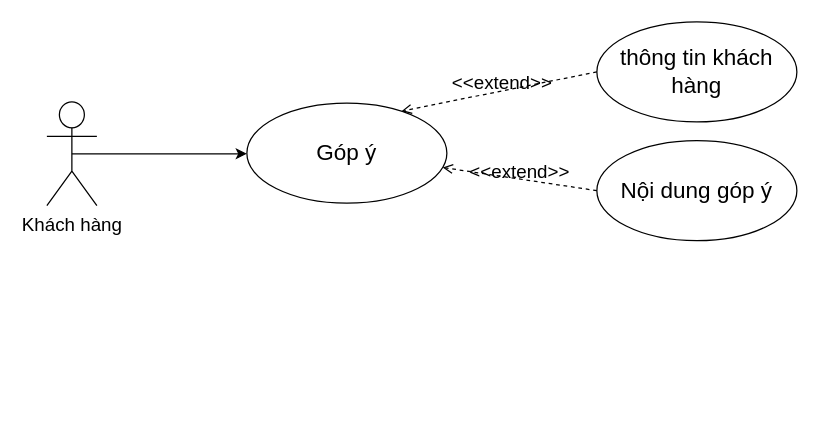
The draw.io diagram page "KH-QLGioHang" (8 of 11) of UC_TongQuat.drawio in leanhtuan9497/DoAnTotNghiep, before the edit. Source tidied: cells renumbered, new cells numbered last; positions are measured from the earlier drawing's top-left corner, leaving out a move shared by most shapes. Both pictures are drawn from the tidied source at 125%, with x=0, y=0 at pixel (46, 21).
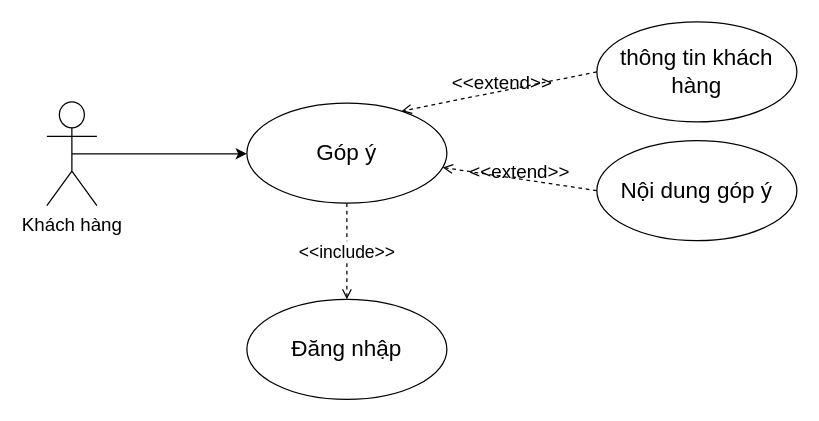
After the change.

Change to the diagram source:
```diff
@@
 <mxGraphModel>
   <root>
     <mxCell id="0" />
     <mxCell id="1" parent="0" />
     <mxCell id="2" style="edgeStyle=orthogonalEdgeStyle;rounded=0;jettySize=auto;html=1;exitX=0.5;exitY=0.5;exitDx=0;exitDy=0;exitPerimeter=0;fontFamily=Helvetica;fontSize=18;" parent="1" edge="1" source="3">
       <mxGeometry relative="1" as="geometry">
         <mxPoint x="160" y="105.5" as="targetPoint" />
       </mxGeometry>
     </mxCell>
     <mxCell id="3" value="Khách hàng" style="shape=umlActor;verticalLabelPosition=bottom;verticalAlign=top;html=1;outlineConnect=0;fontFamily=Helvetica;fontSize=15;" parent="1" vertex="1">
       <mxGeometry y="64" width="40" height="83" as="geometry" />
     </mxCell>
+    <mxCell id="9" value="&amp;lt;&amp;lt;include&amp;gt;&amp;gt;" style="edgeStyle=none;rounded=0;jettySize=auto;html=1;entryX=0.5;entryY=0;entryDx=0;entryDy=0;dashed=1;fontSize=14;endArrow=open;endFill=0;" parent="1" edge="1" source="4" target="10">
+      <mxGeometry relative="1" as="geometry" />
+    </mxCell>
     <mxCell id="4" value="Góp ý" style="ellipse;whiteSpace=wrap;html=1;fontFamily=Helvetica;fontSize=18;" parent="1" vertex="1">
       <mxGeometry x="160" y="65" width="160" height="80" as="geometry" />
     </mxCell>
     <mxCell id="5" value="thông tin khách hàng" style="ellipse;whiteSpace=wrap;html=1;fontFamily=Helvetica;fontSize=18;" parent="1" vertex="1">
       <mxGeometry x="440" width="160" height="80" as="geometry" />
     </mxCell>
     <mxCell id="6" value="Nội dung góp ý" style="ellipse;whiteSpace=wrap;html=1;fontFamily=Helvetica;fontSize=18;" parent="1" vertex="1">
       <mxGeometry x="440" y="95" width="160" height="80" as="geometry" />
     </mxCell>
     <mxCell id="7" value="&amp;lt;&amp;lt;extend&amp;gt;&amp;gt;" style="html=1;verticalAlign=bottom;labelBackgroundColor=none;endArrow=open;endFill=0;dashed=1;rounded=0;fontFamily=Helvetica;fontSize=15;exitX=0;exitY=0.5;exitDx=0;exitDy=0;" parent="1" edge="1" source="6" target="4">
       <mxGeometry x="-0.03" y="5" relative="1" as="geometry">
         <mxPoint x="-1" as="offset" />
       </mxGeometry>
     </mxCell>
     <mxCell id="8" value="&amp;lt;&amp;lt;extend&amp;gt;&amp;gt;" style="html=1;verticalAlign=bottom;labelBackgroundColor=none;endArrow=open;endFill=0;dashed=1;rounded=0;fontFamily=Helvetica;fontSize=15;exitX=0;exitY=0.5;exitDx=0;exitDy=0;entryX=0.773;entryY=0.08;entryDx=0;entryDy=0;entryPerimeter=0;" parent="1" edge="1" source="5" target="4">
       <mxGeometry x="-0.03" y="5" relative="1" as="geometry">
         <mxPoint x="-1" as="offset" />
       </mxGeometry>
     </mxCell>
+    <mxCell id="10" value="Đăng nhập" style="ellipse;whiteSpace=wrap;html=1;fontFamily=Helvetica;fontSize=18;" parent="1" vertex="1">
+      <mxGeometry x="160" y="222" width="160" height="80" as="geometry" />
+    </mxCell>
   </root>
 </mxGraphModel>
```
